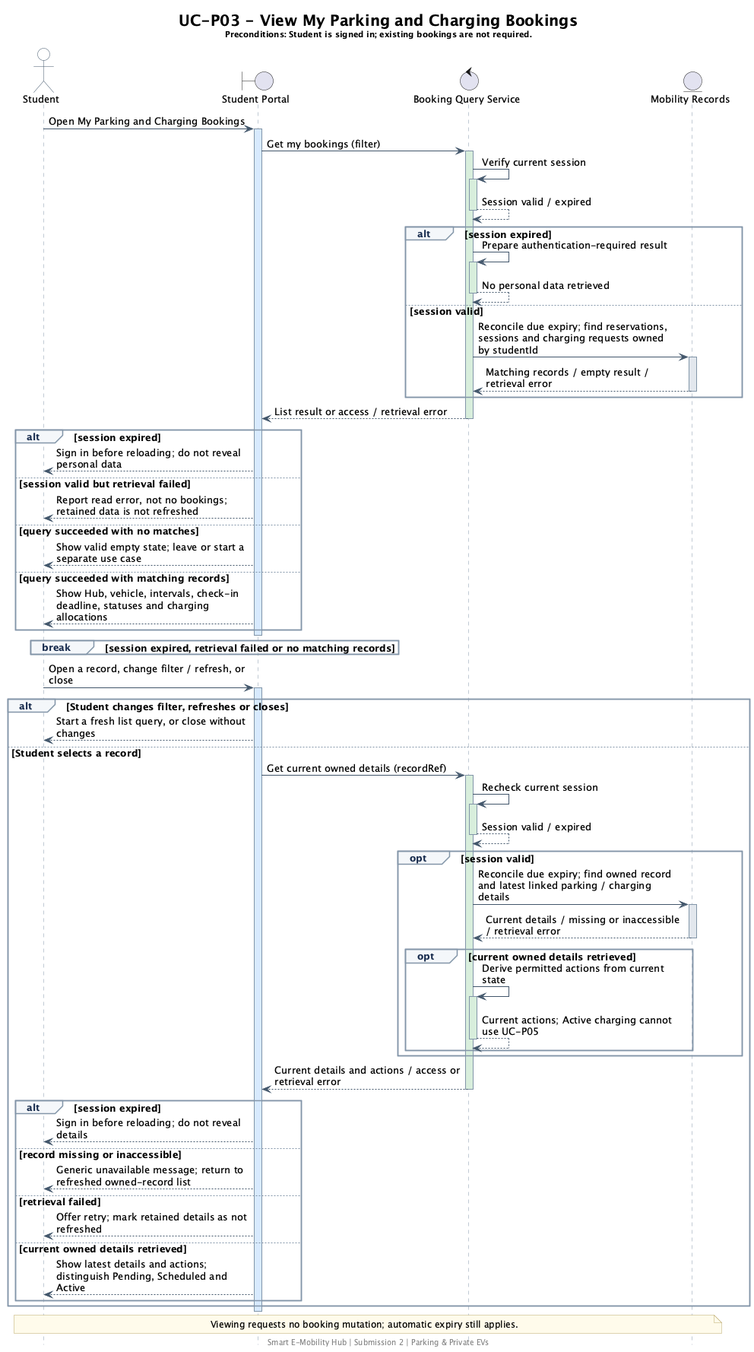
thanhpham1108/smart-e-mobility-hub keeps this PlantUML diagram as docs/submission-2/sequence-diagrams/parking-private-ev/SD_ViewParkingAndChargingBookings.png. Above is the earlier version.
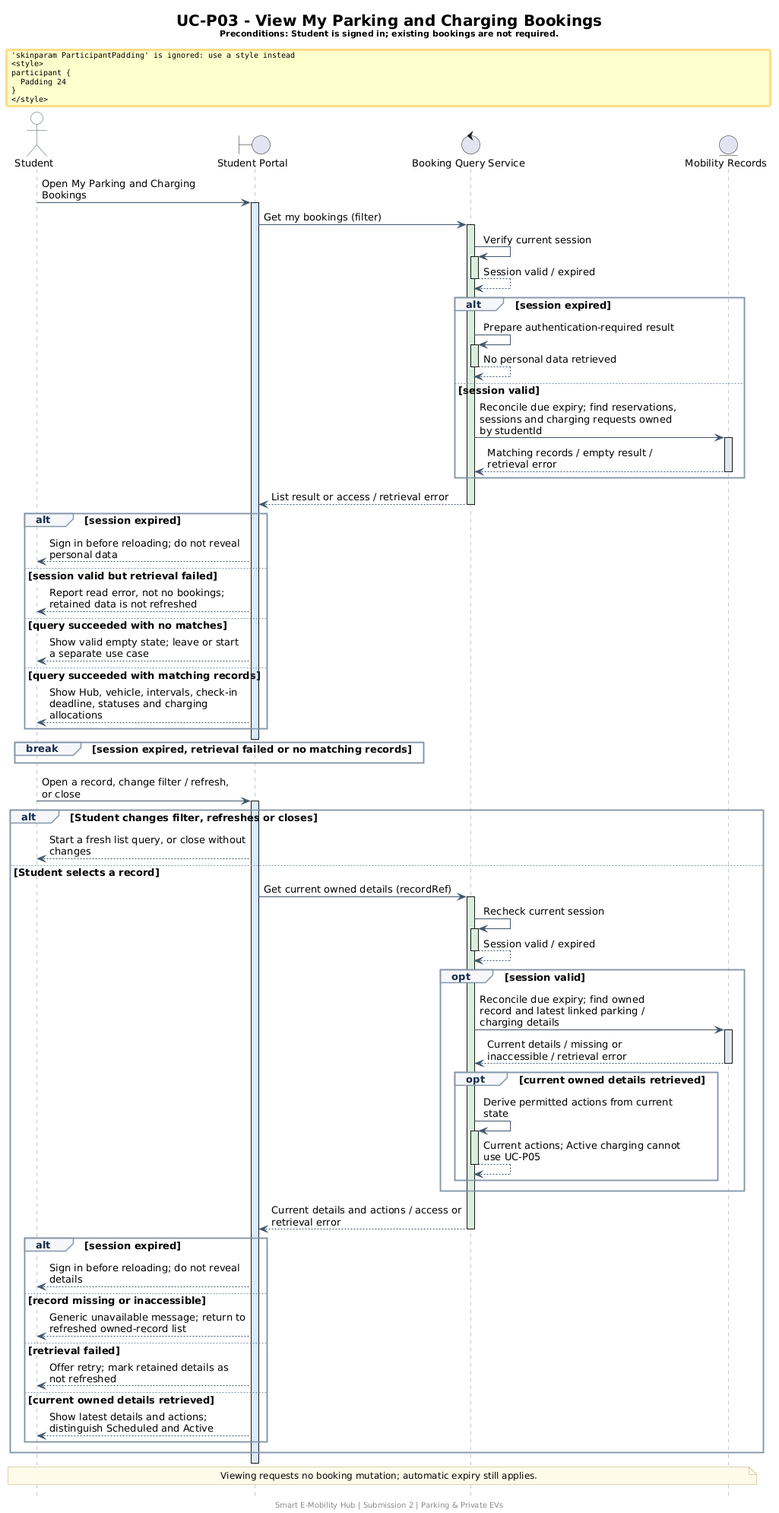
Above is the later version.

Change to the diagram source:
```diff
@@ -104,7 +104,7 @@
 else retrieval failed
 UI --> ST: Offer retry; mark retained details as not refreshed
 else current owned details retrieved
-UI --> ST: Show latest details and actions; distinguish Pending, Scheduled and Active
+UI --> ST: Show latest details and actions; distinguish Scheduled and Active
 end
 end
 deactivate UI
```
